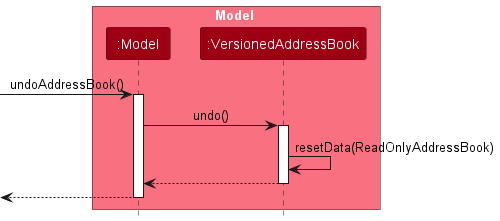
The PlantUML diagram docs/images/UndoSequenceDiagram-Model.png in c-wenlong/tp, before a commit. Source of this version:
```plantuml
@startuml
!include style.puml
skinparam ArrowFontStyle plain

box Model MODEL_COLOR_T1
participant ":Model" as Model MODEL_COLOR
participant ":VersionedAddressBook" as VersionedAddressBook MODEL_COLOR
end box

[-> Model : undoAddressBook()
activate Model

Model -> VersionedAddressBook : undo()
activate VersionedAddressBook

VersionedAddressBook -> VersionedAddressBook :resetData(ReadOnlyAddressBook)
VersionedAddressBook --> Model :
deactivate VersionedAddressBook

[<-- Model
deactivate Model

@enduml
```
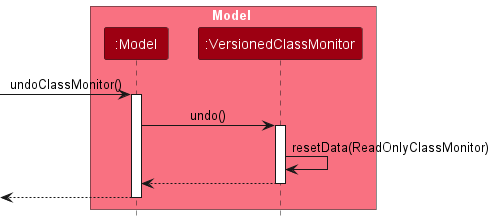
After the change.

The edit, as a diff of the source:
```diff
@@ -4,18 +4,18 @@
 
 box Model MODEL_COLOR_T1
 participant ":Model" as Model MODEL_COLOR
-participant ":VersionedAddressBook" as VersionedAddressBook MODEL_COLOR
+participant ":VersionedClassMonitor" as VersionedClassMonitor MODEL_COLOR
 end box
 
-[-> Model : undoAddressBook()
+[-> Model : undoClassMonitor()
 activate Model
 
-Model -> VersionedAddressBook : undo()
-activate VersionedAddressBook
+Model -> VersionedClassMonitor : undo()
+activate VersionedClassMonitor
 
-VersionedAddressBook -> VersionedAddressBook :resetData(ReadOnlyAddressBook)
-VersionedAddressBook --> Model :
-deactivate VersionedAddressBook
+VersionedClassMonitor -> VersionedClassMonitor :resetData(ReadOnlyClassMonitor)
+VersionedClassMonitor --> Model :
+deactivate VersionedClassMonitor
 
 [<-- Model
 deactivate Model
```
